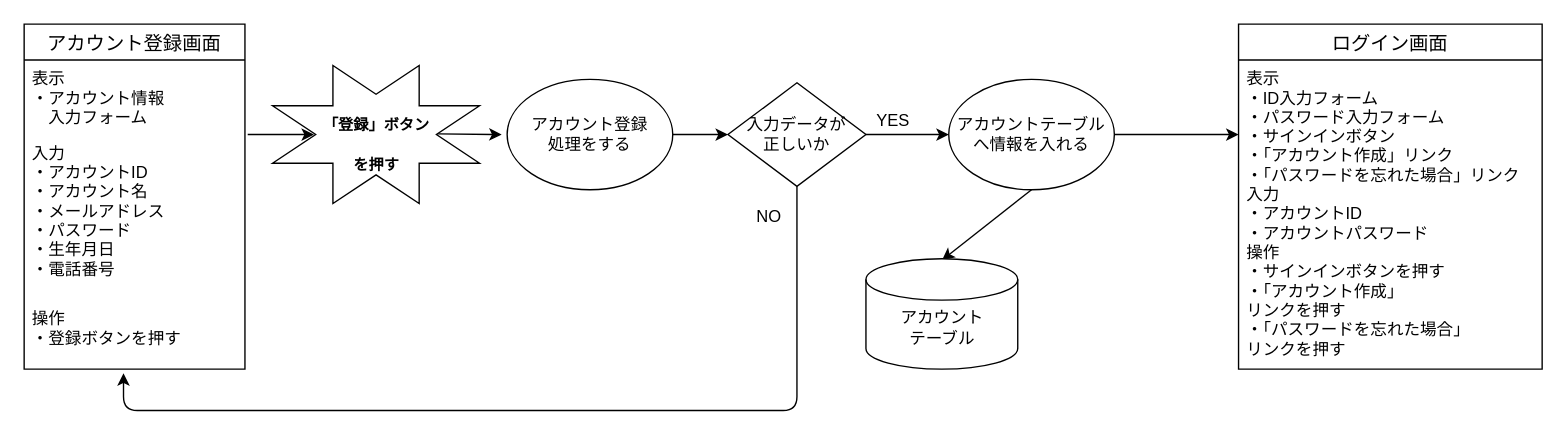
Earlier version of the draw.io diagram 画面遷移図/登録画面.drawio (Ryusei44237/sotuken). Source tidied: cells renumbered, new cells numbered last; positions are measured from the earlier drawing's top-left corner, leaving out a move shared by most shapes. Both pictures are drawn from the tidied source at 138%, with x=0, y=0 at pixel (23, 23).
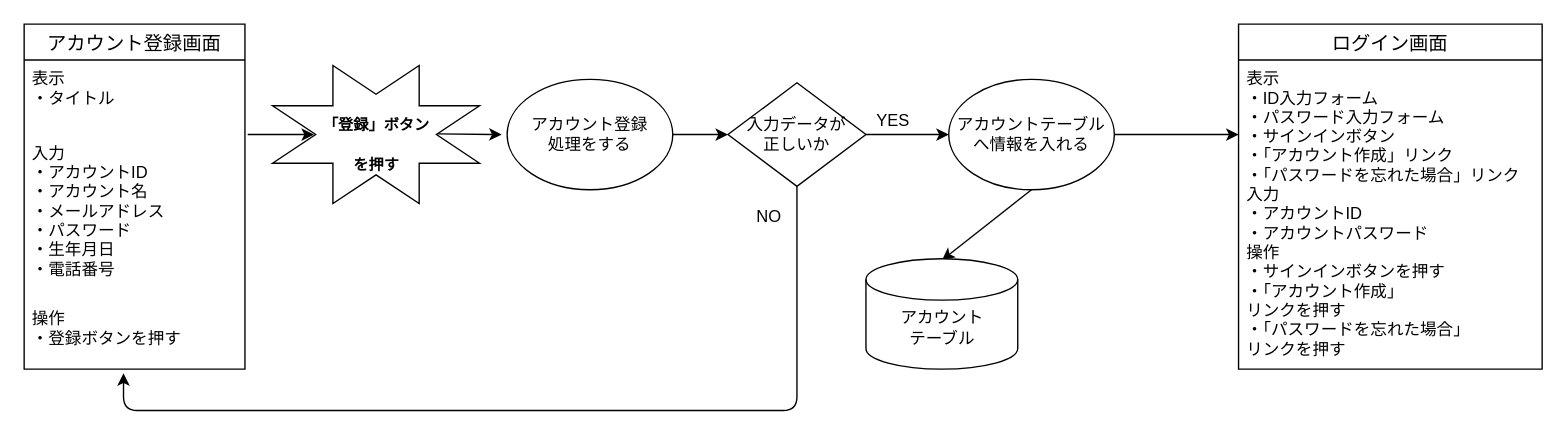
The same page after the edit.

The change refers to these unchanged cells:
```xml
<mxCell id="8" value="アカウント登録画面" style="swimlane;fontStyle=0;horizontal=1;startSize=26;align=center;fontSize=14;strokeColor=#000000;strokeWidth=1;" parent="1" vertex="1">
  <mxGeometry width="160" height="250" as="geometry" />
</mxCell>
```

What changed in the source:
```diff
@@
-    <mxCell id="9" value="表示&#10;・アカウント情報&#10;　入力フォーム" style="text;strokeColor=none;fillColor=none;spacingLeft=4;spacingRight=4;overflow=hidden;fontSize=12;" parent="8" vertex="1">
+    <mxCell id="9" value="表示&#10;・タイトル&#10;" style="text;strokeColor=none;fillColor=none;spacingLeft=4;spacingRight=4;overflow=hidden;fontSize=12;" parent="8" vertex="1">
       <mxGeometry y="26" width="160" height="54" as="geometry" />
     </mxCell>
```
